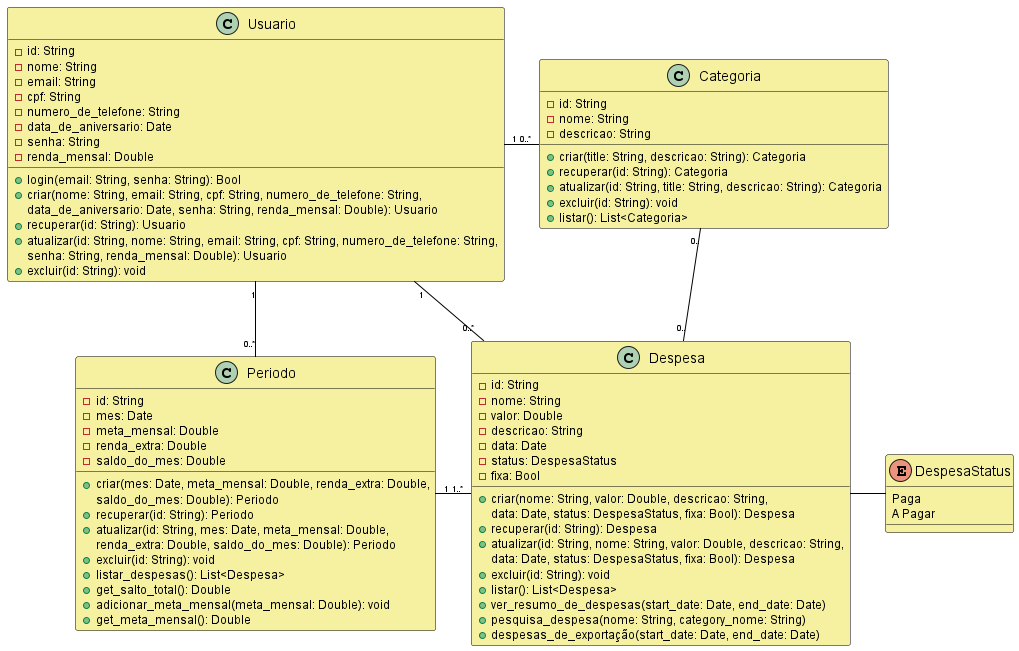
This is documents/class_diagram/Diagrama de classes.png from LucasMairon/FinanSee, a PlantUML export, as it was before one commit.
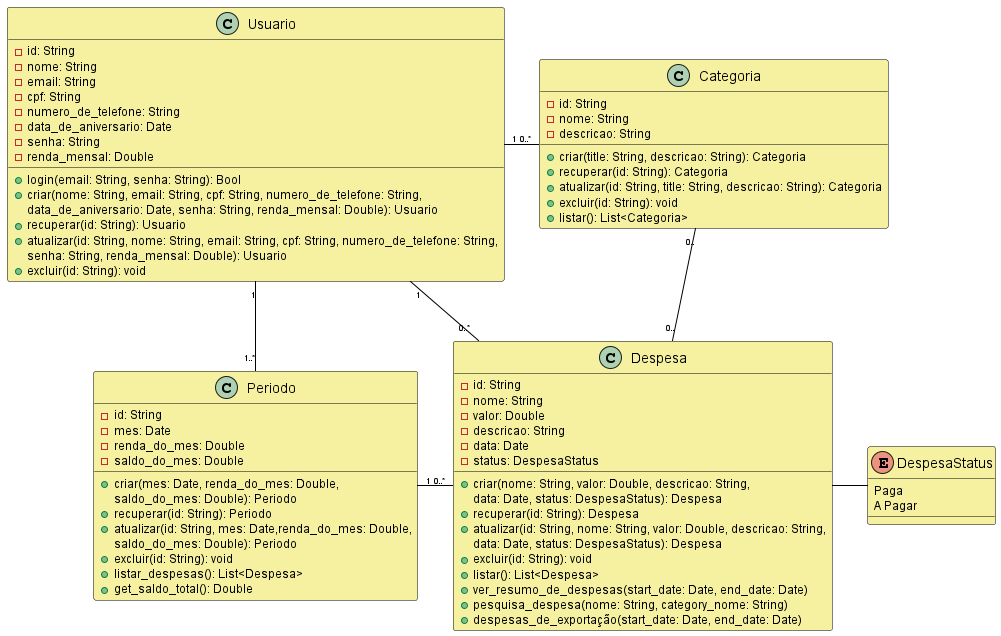
The same diagram one commit later.

Commit message:
docs: updating class diagram

The edit, as a diff of the source:
```diff
@@ -33,12 +33,11 @@
     -descricao: String
     -data: Date
     -status: DespesaStatus
-    -fixa: Bool
     +criar(nome: String, valor: Double, descricao: String,
-    data: Date, status: DespesaStatus, fixa: Bool): Despesa
+    data: Date, status: DespesaStatus): Despesa
     +recuperar(id: String): Despesa
     +atualizar(id: String, nome: String, valor: Double, descricao: String,
-    data: Date, status: DespesaStatus, fixa: Bool): Despesa
+    data: Date, status: DespesaStatus): Despesa
     +excluir(id: String): void
     +listar(): List<Despesa>
     +ver_resumo_de_despesas(start_date: Date, end_date: Date)
@@ -62,19 +61,16 @@
 class Periodo {
     -id: String
     -mes: Date
-    -meta_mensal: Double
-    -renda_extra: Double
+    -renda_do_mes: Double
     -saldo_do_mes: Double
-    +criar(mes: Date, meta_mensal: Double, renda_extra: Double,
+    +criar(mes: Date, renda_do_mes: Double,
     saldo_do_mes: Double): Periodo
     +recuperar(id: String): Periodo
-    +atualizar(id: String, mes: Date, meta_mensal: Double,
-    renda_extra: Double, saldo_do_mes: Double): Periodo
+    +atualizar(id: String, mes: Date,renda_do_mes: Double,
+    saldo_do_mes: Double): Periodo
     +excluir(id: String): void
     +listar_despesas(): List<Despesa>
-    +get_salto_total(): Double
-    +adicionar_meta_mensal(meta_mensal: Double): void
-    +get_meta_mensal(): Double
+    +get_saldo_total(): Double
 }
 
 
@@ -84,11 +80,11 @@
 }
 
 
-Usuario"1" -- "0..*"Periodo
+Usuario"1" -- "1..*"Periodo
 Usuario"1" -down- "0..*"Despesa
 Usuario"1" -right- "0..*"Categoria
 Despesa"0.." -up- "0.."Categoria
 Despesa -right- DespesaStatus
-Despesa"1..*" -left- "1"Periodo
+Despesa"0..*" -left- "1"Periodo
 
 @enduml
```
